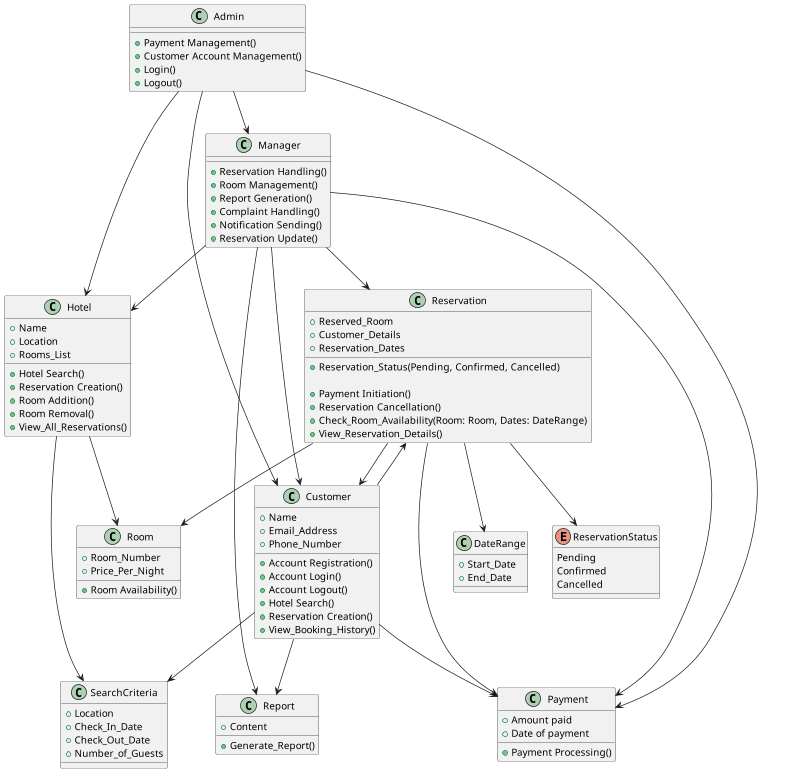
Earlier version of the PlantUML export UML/HOTEL_reservation_system/Class.png (Harshit-code-tech/Hotel_reservation_system_se).
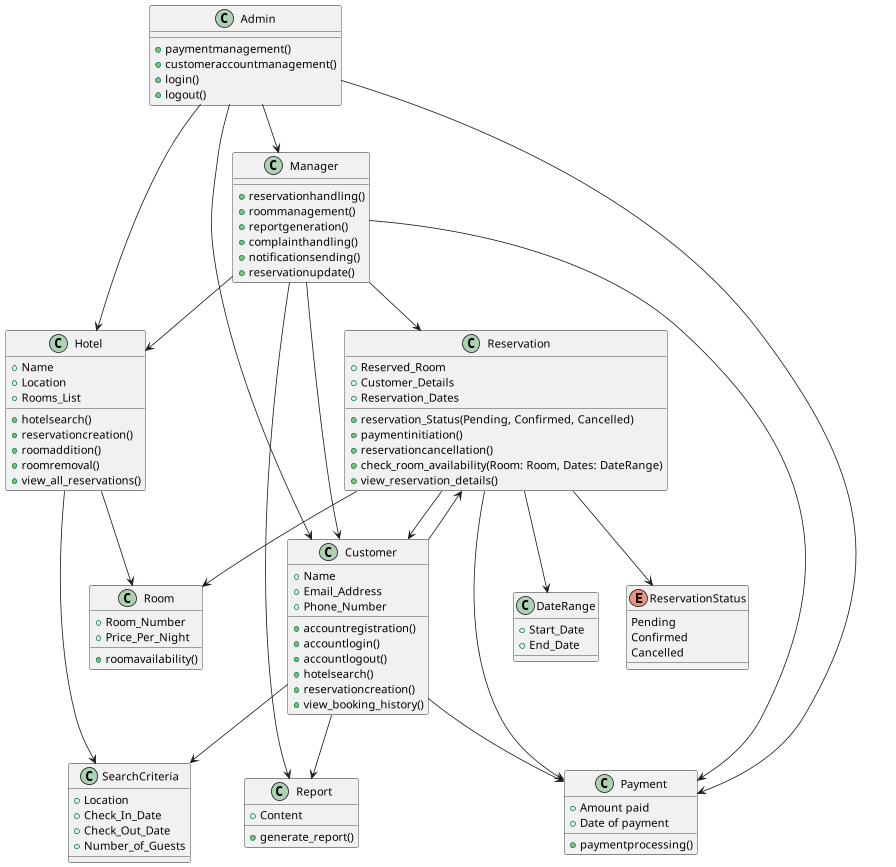
After the commit.

Change to the diagram source:
```diff
@@ -4,18 +4,18 @@
   +Location
   +Rooms_List
 
-  +Hotel Search()
-  +Reservation Creation()
-  +Room Addition()
-  +Room Removal()
-  +View_All_Reservations()
+  +hotelsearch()
+  +reservationcreation()
+  +roomaddition()
+  +roomremoval()
+  +view_all_reservations()
 }
 
 class Room {
   +Room_Number
   +Price_Per_Night
 
-  +Room Availability()
+  +roomavailability()
 }
 
 class Customer {
@@ -23,47 +23,47 @@
   +Email_Address
   +Phone_Number
 
-  +Account Registration()
-  +Account Login()
-  +Account Logout()
-  +Hotel Search()
-  +Reservation Creation()
-  +View_Booking_History()
+  +accountregistration()
+  +accountlogin()
+  +accountlogout()
+  +hotelsearch()
+  +reservationcreation()
+  +view_booking_history()
 }
 
 class Reservation {
   +Reserved_Room
   +Customer_Details
   +Reservation_Dates
-  +Reservation_Status(Pending, Confirmed, Cancelled)
 
-  +Payment Initiation()
-  +Reservation Cancellation()
-  +Check_Room_Availability(Room: Room, Dates: DateRange)
-  +View_Reservation_Details()
+  +reservation_Status(Pending, Confirmed, Cancelled)
+  +paymentinitiation()
+  +reservationcancellation()
+  +check_room_availability(Room: Room, Dates: DateRange)
+  +view_reservation_details()
 }
 
 class Payment {
   +Amount paid
   +Date of payment
 
-  +Payment Processing()
+  +paymentprocessing()
 }
 
 class Admin {
-  +Payment Management()
-  +Customer Account Management()
-  +Login()
-  +Logout()
+  +paymentmanagement()
+  +customeraccountmanagement()
+  +login()
+  +logout()
 }
 
 class Manager {
-  +Reservation Handling()
-  +Room Management()
-  +Report Generation()
-  +Complaint Handling()
-  +Notification Sending()
-  +Reservation Update()
+  +reservationhandling()
+  +roommanagement()
+  +reportgeneration()
+  +complainthandling()
+  +notificationsending()
+  +reservationupdate()
 }
 
 class SearchCriteria {
@@ -80,7 +80,7 @@
 
 class Report {
   +Content
-  +Generate_Report()
+  +generate_report()
 }
 
 enum ReservationStatus {
```
